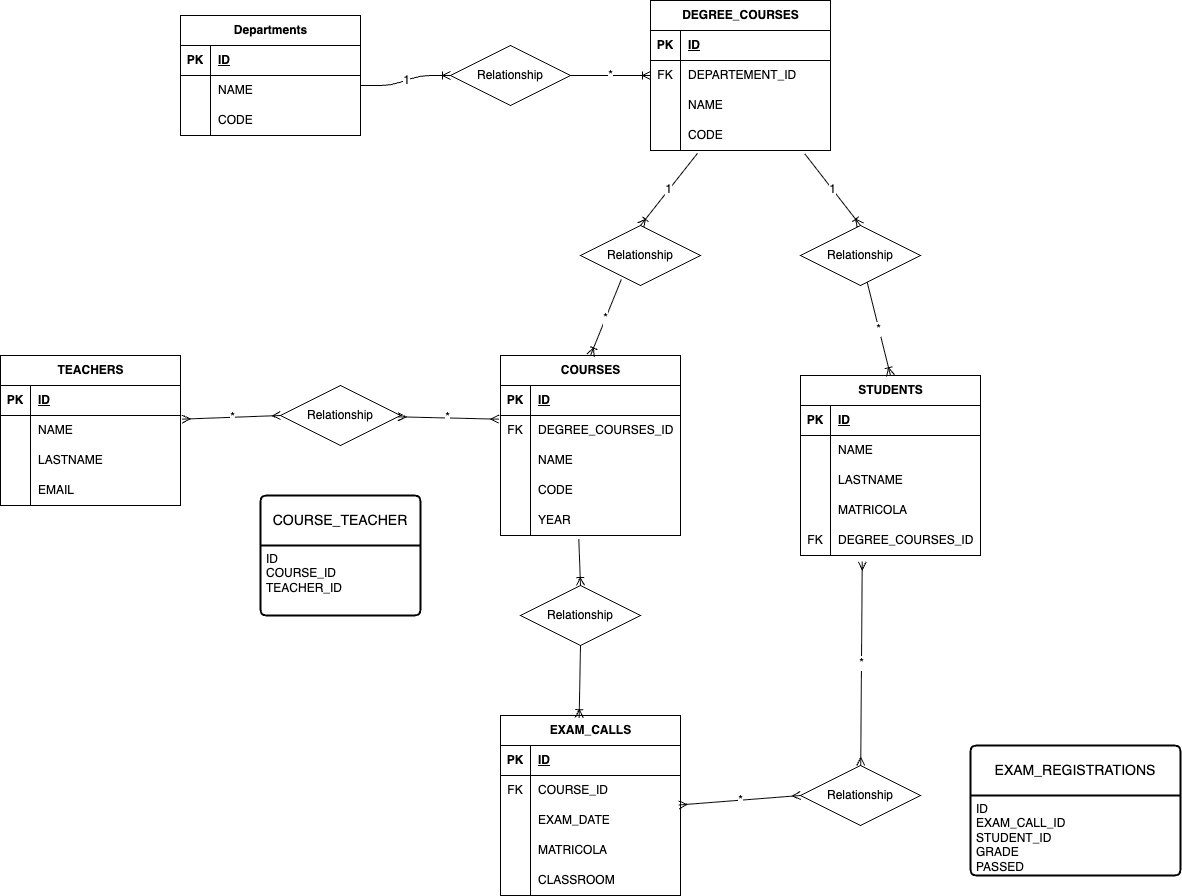
Earlier version of the draw.io export scheme.png (FedericoCanale/db-university). Source tidied: cells renumbered, new cells last; positions are measured from the earlier drawing's top-left corner, leaving out a move shared by most shapes.
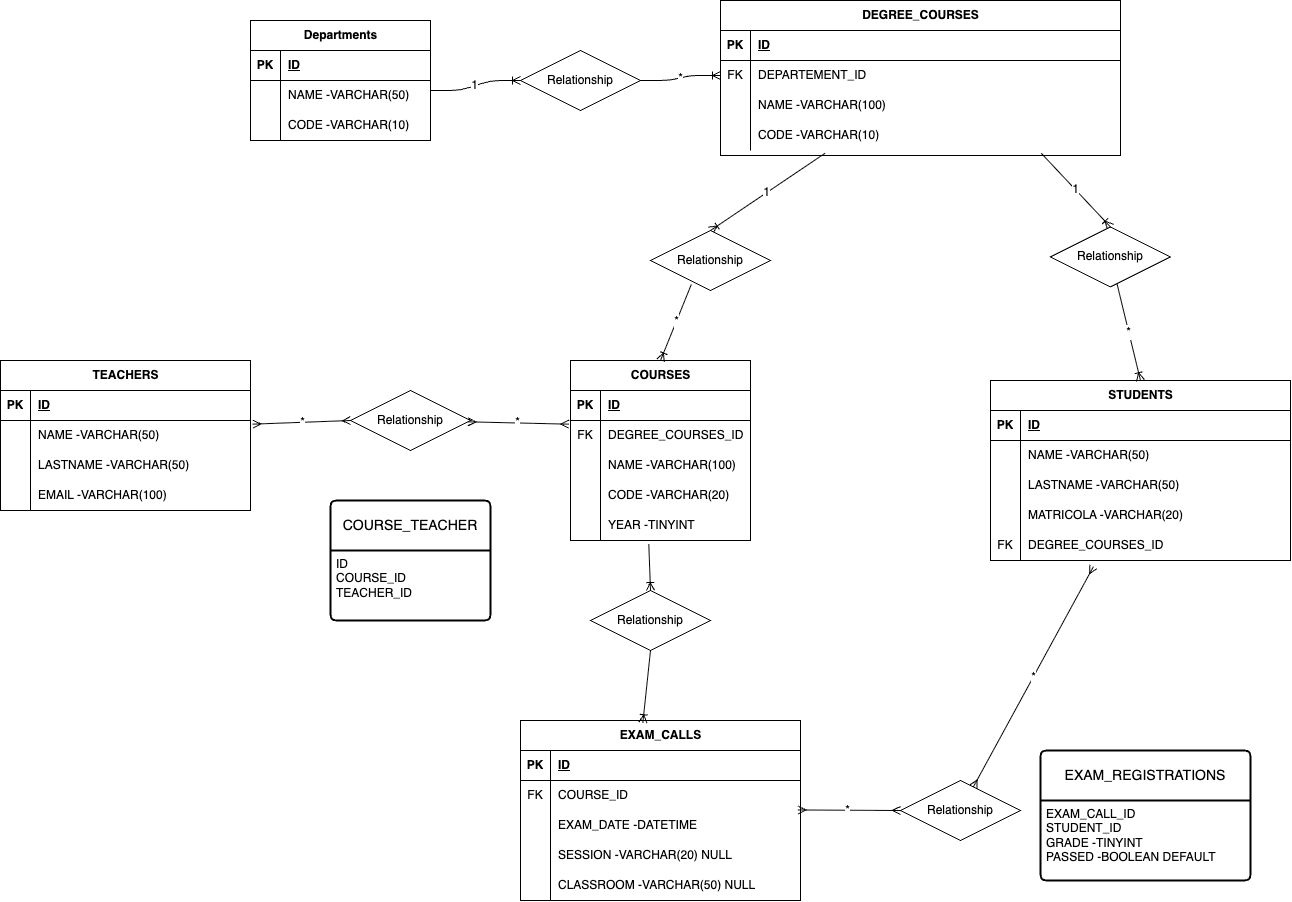
Later version of the same file.

Commit message:
add some corrections to diagram

Change to the diagram source:
```diff
@@ -22,3 +22,3 @@
     </mxCell>
-    <mxCell id="8" value="NAME" style="shape=partialRectangle;fillColor=none;top=0;left=0;bottom=0;right=0;align=left;spacingLeft=6;overflow=hidden;whiteSpace=wrap;html=1;" parent="6" vertex="1">
+    <mxCell id="8" value="NAME -VARCHAR(50)" style="shape=partialRectangle;fillColor=none;top=0;left=0;bottom=0;right=0;align=left;spacingLeft=6;overflow=hidden;whiteSpace=wrap;html=1;" parent="6" vertex="1">
       <mxGeometry x="30" width="150" height="30" as="geometry" />
@@ -31,3 +31,3 @@
     </mxCell>
-    <mxCell id="11" value="CODE" style="shape=partialRectangle;fillColor=none;top=0;left=0;bottom=0;right=0;align=left;spacingLeft=6;overflow=hidden;whiteSpace=wrap;html=1;" parent="9" vertex="1">
+    <mxCell id="11" value="CODE -VARCHAR(10)" style="shape=partialRectangle;fillColor=none;top=0;left=0;bottom=0;right=0;align=left;spacingLeft=6;overflow=hidden;whiteSpace=wrap;html=1;" parent="9" vertex="1">
       <mxGeometry x="30" width="150" height="30" as="geometry" />
@@ -35,6 +35,6 @@
     <mxCell id="12" value="DEGREE_COURSES" style="shape=table;startSize=30;rowLines=0;fontStyle=1;align=center;html=1;" parent="1" vertex="1">
-      <mxGeometry x="650" width="180" height="150" as="geometry" />
+      <mxGeometry x="650" y="-5" width="400" height="155" as="geometry" />
     </mxCell>
     <mxCell id="13" style="shape=tableRow;horizontal=0;startSize=0;swimlaneHead=0;swimlaneBody=0;fillColor=none;top=0;left=0;right=0;bottom=1;" parent="12" vertex="1">
-      <mxGeometry y="30" width="180" height="30" as="geometry" />
+      <mxGeometry y="30" width="400" height="30" as="geometry" />
     </mxCell>
@@ -44,6 +44,6 @@
     <mxCell id="15" value="ID" style="shape=partialRectangle;fillColor=none;top=0;left=0;bottom=0;right=0;align=left;spacingLeft=6;fontStyle=5;overflow=hidden;whiteSpace=wrap;html=1;" parent="13" vertex="1">
-      <mxGeometry x="30" width="150" height="30" as="geometry" />
+      <mxGeometry x="30" width="370" height="30" as="geometry" />
     </mxCell>
     <mxCell id="16" style="shape=tableRow;horizontal=0;startSize=0;swimlaneHead=0;swimlaneBody=0;fillColor=none;points=[[0,0.5],[1,0.5]];portConstraint=eastwest;top=0;left=0;right=0;bottom=0;" parent="12" vertex="1">
-      <mxGeometry y="60" width="180" height="30" as="geometry" />
+      <mxGeometry y="60" width="400" height="30" as="geometry" />
     </mxCell>
@@ -53,6 +53,6 @@
     <mxCell id="18" value="DEPARTEMENT_ID" style="shape=partialRectangle;fillColor=none;top=0;left=0;bottom=0;right=0;align=left;spacingLeft=6;overflow=hidden;whiteSpace=wrap;html=1;" parent="16" vertex="1">
-      <mxGeometry x="30" width="150" height="30" as="geometry" />
+      <mxGeometry x="30" width="370" height="30" as="geometry" />
     </mxCell>
     <mxCell id="19" style="shape=tableRow;horizontal=0;startSize=0;swimlaneHead=0;swimlaneBody=0;fillColor=none;top=0;left=0;right=0;bottom=0;" parent="12" vertex="1">
-      <mxGeometry y="90" width="180" height="30" as="geometry" />
+      <mxGeometry y="90" width="400" height="30" as="geometry" />
     </mxCell>
@@ -61,7 +61,7 @@
     </mxCell>
-    <mxCell id="21" value="NAME" style="shape=partialRectangle;fillColor=none;top=0;left=0;bottom=0;right=0;align=left;spacingLeft=6;overflow=hidden;whiteSpace=wrap;html=1;" parent="19" vertex="1">
-      <mxGeometry x="30" width="150" height="30" as="geometry" />
+    <mxCell id="21" value="NAME -VARCHAR(100)" style="shape=partialRectangle;fillColor=none;top=0;left=0;bottom=0;right=0;align=left;spacingLeft=6;overflow=hidden;whiteSpace=wrap;html=1;" parent="19" vertex="1">
+      <mxGeometry x="30" width="370" height="30" as="geometry" />
     </mxCell>
     <mxCell id="22" style="shape=tableRow;horizontal=0;startSize=0;swimlaneHead=0;swimlaneBody=0;fillColor=none;points=[[0,0.5],[1,0.5]];portConstraint=eastwest;top=0;left=0;right=0;bottom=0;" parent="12" vertex="1">
-      <mxGeometry y="120" width="180" height="30" as="geometry" />
+      <mxGeometry y="120" width="400" height="30" as="geometry" />
     </mxCell>
@@ -70,4 +70,4 @@
     </mxCell>
-    <mxCell id="24" value="CODE" style="shape=partialRectangle;fillColor=none;top=0;left=0;bottom=0;right=0;align=left;spacingLeft=6;overflow=hidden;whiteSpace=wrap;html=1;" parent="22" vertex="1">
-      <mxGeometry x="30" width="150" height="30" as="geometry" />
+    <mxCell id="24" value="CODE -VARCHAR(10)" style="shape=partialRectangle;fillColor=none;top=0;left=0;bottom=0;right=0;align=left;spacingLeft=6;overflow=hidden;whiteSpace=wrap;html=1;" parent="22" vertex="1">
+      <mxGeometry x="30" width="370" height="30" as="geometry" />
     </mxCell>
@@ -100,3 +100,3 @@
     </mxCell>
-    <mxCell id="34" value="NAME" style="shape=partialRectangle;fillColor=none;top=0;left=0;bottom=0;right=0;align=left;spacingLeft=6;overflow=hidden;whiteSpace=wrap;html=1;" parent="32" vertex="1">
+    <mxCell id="34" value="NAME -VARCHAR(100)" style="shape=partialRectangle;fillColor=none;top=0;left=0;bottom=0;right=0;align=left;spacingLeft=6;overflow=hidden;whiteSpace=wrap;html=1;" parent="32" vertex="1">
       <mxGeometry x="30" width="150" height="30" as="geometry" />
@@ -109,3 +109,3 @@
     </mxCell>
-    <mxCell id="37" value="CODE" style="shape=partialRectangle;fillColor=none;top=0;left=0;bottom=0;right=0;align=left;spacingLeft=6;overflow=hidden;whiteSpace=wrap;html=1;" parent="35" vertex="1">
+    <mxCell id="37" value="CODE -VARCHAR(20)" style="shape=partialRectangle;fillColor=none;top=0;left=0;bottom=0;right=0;align=left;spacingLeft=6;overflow=hidden;whiteSpace=wrap;html=1;" parent="35" vertex="1">
       <mxGeometry x="30" width="150" height="30" as="geometry" />
@@ -118,3 +118,3 @@
     </mxCell>
-    <mxCell id="40" value="YEAR" style="shape=partialRectangle;fillColor=none;top=0;left=0;bottom=0;right=0;align=left;spacingLeft=6;overflow=hidden;whiteSpace=wrap;html=1;" parent="38" vertex="1">
+    <mxCell id="40" value="YEAR -TINYINT" style="shape=partialRectangle;fillColor=none;top=0;left=0;bottom=0;right=0;align=left;spacingLeft=6;overflow=hidden;whiteSpace=wrap;html=1;" parent="38" vertex="1">
       <mxGeometry x="30" width="150" height="30" as="geometry" />
@@ -122,6 +122,6 @@
     <mxCell id="41" value="TEACHERS" style="shape=table;startSize=30;rowLines=0;fontStyle=1;align=center;html=1;" parent="1" vertex="1">
-      <mxGeometry y="355" width="180" height="150" as="geometry" />
+      <mxGeometry x="-70" y="355" width="250" height="150" as="geometry" />
     </mxCell>
     <mxCell id="42" style="shape=tableRow;horizontal=0;startSize=0;swimlaneHead=0;swimlaneBody=0;fillColor=none;top=0;left=0;right=0;bottom=1;" parent="41" vertex="1">
-      <mxGeometry y="30" width="180" height="30" as="geometry" />
+      <mxGeometry y="30" width="250" height="30" as="geometry" />
     </mxCell>
@@ -131,6 +131,6 @@
     <mxCell id="44" value="ID" style="shape=partialRectangle;fillColor=none;top=0;left=0;bottom=0;right=0;align=left;spacingLeft=6;fontStyle=5;overflow=hidden;whiteSpace=wrap;html=1;" parent="42" vertex="1">
-      <mxGeometry x="30" width="150" height="30" as="geometry" />
+      <mxGeometry x="30" width="220" height="30" as="geometry" />
     </mxCell>
     <mxCell id="45" style="shape=tableRow;horizontal=0;startSize=0;swimlaneHead=0;swimlaneBody=0;fillColor=none;points=[[0,0.5],[1,0.5]];portConstraint=eastwest;top=0;left=0;right=0;bottom=0;" parent="41" vertex="1">
-      <mxGeometry y="60" width="180" height="30" as="geometry" />
+      <mxGeometry y="60" width="250" height="30" as="geometry" />
     </mxCell>
@@ -139,7 +139,7 @@
     </mxCell>
-    <mxCell id="47" value="NAME" style="shape=partialRectangle;fillColor=none;top=0;left=0;bottom=0;right=0;align=left;spacingLeft=6;overflow=hidden;whiteSpace=wrap;html=1;" parent="45" vertex="1">
-      <mxGeometry x="30" width="150" height="30" as="geometry" />
+    <mxCell id="47" value="NAME -VARCHAR(50)" style="shape=partialRectangle;fillColor=none;top=0;left=0;bottom=0;right=0;align=left;spacingLeft=6;overflow=hidden;whiteSpace=wrap;html=1;" parent="45" vertex="1">
+      <mxGeometry x="30" width="220" height="30" as="geometry" />
     </mxCell>
     <mxCell id="48" style="shape=tableRow;horizontal=0;startSize=0;swimlaneHead=0;swimlaneBody=0;fillColor=none;top=0;left=0;right=0;bottom=0;" parent="41" vertex="1">
-      <mxGeometry y="90" width="180" height="30" as="geometry" />
+      <mxGeometry y="90" width="250" height="30" as="geometry" />
     </mxCell>
@@ -148,7 +148,7 @@
     </mxCell>
-    <mxCell id="50" value="LASTNAME" style="shape=partialRectangle;fillColor=none;top=0;left=0;bottom=0;right=0;align=left;spacingLeft=6;overflow=hidden;whiteSpace=wrap;html=1;" parent="48" vertex="1">
-      <mxGeometry x="30" width="150" height="30" as="geometry" />
+    <mxCell id="50" value="LASTNAME -VARCHAR(50)" style="shape=partialRectangle;fillColor=none;top=0;left=0;bottom=0;right=0;align=left;spacingLeft=6;overflow=hidden;whiteSpace=wrap;html=1;" parent="48" vertex="1">
+      <mxGeometry x="30" width="220" height="30" as="geometry" />
     </mxCell>
     <mxCell id="51" style="shape=tableRow;horizontal=0;startSize=0;swimlaneHead=0;swimlaneBody=0;fillColor=none;top=0;left=0;right=0;bottom=0;" parent="41" vertex="1">
-      <mxGeometry y="120" width="180" height="30" as="geometry" />
+      <mxGeometry y="120" width="250" height="30" as="geometry" />
     </mxCell>
@@ -157,10 +157,10 @@
     </mxCell>
-    <mxCell id="53" value="EMAIL" style="shape=partialRectangle;fillColor=none;top=0;left=0;bottom=0;right=0;align=left;spacingLeft=6;overflow=hidden;whiteSpace=wrap;html=1;" parent="51" vertex="1">
-      <mxGeometry x="30" width="150" height="30" as="geometry" />
+    <mxCell id="53" value="EMAIL -VARCHAR(100)" style="shape=partialRectangle;fillColor=none;top=0;left=0;bottom=0;right=0;align=left;spacingLeft=6;overflow=hidden;whiteSpace=wrap;html=1;" parent="51" vertex="1">
+      <mxGeometry x="30" width="220" height="30" as="geometry" />
     </mxCell>
     <mxCell id="54" value="STUDENTS" style="shape=table;startSize=30;rowLines=0;fontStyle=1;align=center;html=1;" parent="1" vertex="1">
-      <mxGeometry x="800" y="375" width="180" height="180" as="geometry" />
+      <mxGeometry x="920" y="375" width="300" height="180" as="geometry" />
     </mxCell>
     <mxCell id="55" style="shape=tableRow;horizontal=0;startSize=0;swimlaneHead=0;swimlaneBody=0;fillColor=none;top=0;left=0;right=0;bottom=1;" parent="54" vertex="1">
-      <mxGeometry y="30" width="180" height="30" as="geometry" />
+      <mxGeometry y="30" width="300" height="30" as="geometry" />
     </mxCell>
@@ -170,6 +170,6 @@
     <mxCell id="57" value="ID" style="shape=partialRectangle;fillColor=none;top=0;left=0;bottom=0;right=0;align=left;spacingLeft=6;fontStyle=5;overflow=hidden;whiteSpace=wrap;html=1;" parent="55" vertex="1">
-      <mxGeometry x="30" width="150" height="30" as="geometry" />
+      <mxGeometry x="30" width="270" height="30" as="geometry" />
     </mxCell>
     <mxCell id="58" style="shape=tableRow;horizontal=0;startSize=0;swimlaneHead=0;swimlaneBody=0;fillColor=none;top=0;left=0;right=0;bottom=0;" parent="54" vertex="1">
-      <mxGeometry y="60" width="180" height="30" as="geometry" />
+      <mxGeometry y="60" width="300" height="30" as="geometry" />
     </mxCell>
@@ -178,7 +178,7 @@
     </mxCell>
-    <mxCell id="60" value="NAME" style="shape=partialRectangle;fillColor=none;top=0;left=0;bottom=0;right=0;align=left;spacingLeft=6;overflow=hidden;whiteSpace=wrap;html=1;" parent="58" vertex="1">
-      <mxGeometry x="30" width="150" height="30" as="geometry" />
+    <mxCell id="60" value="NAME -VARCHAR(50)" style="shape=partialRectangle;fillColor=none;top=0;left=0;bottom=0;right=0;align=left;spacingLeft=6;overflow=hidden;whiteSpace=wrap;html=1;" parent="58" vertex="1">
+      <mxGeometry x="30" width="270" height="30" as="geometry" />
     </mxCell>
     <mxCell id="61" style="shape=tableRow;horizontal=0;startSize=0;swimlaneHead=0;swimlaneBody=0;fillColor=none;top=0;left=0;right=0;bottom=0;" parent="54" vertex="1">
-      <mxGeometry y="90" width="180" height="30" as="geometry" />
+      <mxGeometry y="90" width="300" height="30" as="geometry" />
     </mxCell>
@@ -187,7 +187,7 @@
     </mxCell>
-    <mxCell id="63" value="LASTNAME" style="shape=partialRectangle;fillColor=none;top=0;left=0;bottom=0;right=0;align=left;spacingLeft=6;overflow=hidden;whiteSpace=wrap;html=1;" parent="61" vertex="1">
-      <mxGeometry x="30" width="150" height="30" as="geometry" />
+    <mxCell id="63" value="LASTNAME -VARCHAR(50)" style="shape=partialRectangle;fillColor=none;top=0;left=0;bottom=0;right=0;align=left;spacingLeft=6;overflow=hidden;whiteSpace=wrap;html=1;" parent="61" vertex="1">
+      <mxGeometry x="30" width="270" height="30" as="geometry" />
     </mxCell>
     <mxCell id="64" style="shape=tableRow;horizontal=0;startSize=0;swimlaneHead=0;swimlaneBody=0;fillColor=none;top=0;left=0;right=0;bottom=0;" parent="54" vertex="1">
-      <mxGeometry y="120" width="180" height="30" as="geometry" />
+      <mxGeometry y="120" width="300" height="30" as="geometry" />
     </mxCell>
@@ -196,7 +196,7 @@
     </mxCell>
-    <mxCell id="66" value="MATRICOLA" style="shape=partialRectangle;fillColor=none;top=0;left=0;bottom=0;right=0;align=left;spacingLeft=6;overflow=hidden;whiteSpace=wrap;html=1;" parent="64" vertex="1">
-      <mxGeometry x="30" width="150" height="30" as="geometry" />
+    <mxCell id="66" value="MATRICOLA -VARCHAR(20)" style="shape=partialRectangle;fillColor=none;top=0;left=0;bottom=0;right=0;align=left;spacingLeft=6;overflow=hidden;whiteSpace=wrap;html=1;" parent="64" vertex="1">
+      <mxGeometry x="30" width="270" height="30" as="geometry" />
     </mxCell>
     <mxCell id="67" style="shape=tableRow;horizontal=0;startSize=0;swimlaneHead=0;swimlaneBody=0;fillColor=none;points=[[0,0.5],[1,0.5]];portConstraint=eastwest;top=0;left=0;right=0;bottom=0;" parent="54" vertex="1">
-      <mxGeometry y="150" width="180" height="30" as="geometry" />
+      <mxGeometry y="150" width="300" height="30" as="geometry" />
     </mxCell>
@@ -206,9 +206,9 @@
     <mxCell id="69" value="DEGREE_COURSES_ID" style="shape=partialRectangle;fillColor=none;top=0;left=0;bottom=0;right=0;align=left;spacingLeft=6;overflow=hidden;whiteSpace=wrap;html=1;" parent="67" vertex="1">
-      <mxGeometry x="30" width="150" height="30" as="geometry" />
+      <mxGeometry x="30" width="270" height="30" as="geometry" />
     </mxCell>
     <mxCell id="70" value="EXAM_CALLS" style="shape=table;startSize=30;rowLines=0;fontStyle=1;align=center;html=1;" parent="1" vertex="1">
-      <mxGeometry x="500" y="715" width="180" height="180" as="geometry" />
+      <mxGeometry x="450" y="715" width="280" height="180" as="geometry" />
     </mxCell>
     <mxCell id="71" style="shape=tableRow;horizontal=0;startSize=0;swimlaneHead=0;swimlaneBody=0;fillColor=none;top=0;left=0;right=0;bottom=1;" parent="70" vertex="1">
-      <mxGeometry y="30" width="180" height="30" as="geometry" />
+      <mxGeometry y="30" width="280" height="30" as="geometry" />
     </mxCell>
@@ -218,6 +218,6 @@
     <mxCell id="73" value="ID" style="shape=partialRectangle;fillColor=none;top=0;left=0;bottom=0;right=0;align=left;spacingLeft=6;fontStyle=5;overflow=hidden;whiteSpace=wrap;html=1;" parent="71" vertex="1">
-      <mxGeometry x="30" width="150" height="30" as="geometry" />
+      <mxGeometry x="30" width="250" height="30" as="geometry" />
     </mxCell>
     <mxCell id="74" style="shape=tableRow;horizontal=0;startSize=0;swimlaneHead=0;swimlaneBody=0;fillColor=none;top=0;left=0;right=0;bottom=0;" parent="70" vertex="1">
-      <mxGeometry y="60" width="180" height="30" as="geometry" />
+      <mxGeometry y="60" width="280" height="30" as="geometry" />
     </mxCell>
@@ -227,6 +227,6 @@
     <mxCell id="76" value="COURSE_ID" style="shape=partialRectangle;fillColor=none;top=0;left=0;bottom=0;right=0;align=left;spacingLeft=6;overflow=hidden;whiteSpace=wrap;html=1;" parent="74" vertex="1">
-      <mxGeometry x="30" width="150" height="30" as="geometry" />
+      <mxGeometry x="30" width="250" height="30" as="geometry" />
     </mxCell>
     <mxCell id="77" style="shape=tableRow;horizontal=0;startSize=0;swimlaneHead=0;swimlaneBody=0;fillColor=none;points=[[0,0.5],[1,0.5]];portConstraint=eastwest;top=0;left=0;right=0;bottom=0;" parent="70" vertex="1">
-      <mxGeometry y="90" width="180" height="30" as="geometry" />
+      <mxGeometry y="90" width="280" height="30" as="geometry" />
     </mxCell>
@@ -235,7 +235,7 @@
     </mxCell>
-    <mxCell id="79" value="EXAM_DATE" style="shape=partialRectangle;fillColor=none;top=0;left=0;bottom=0;right=0;align=left;spacingLeft=6;overflow=hidden;whiteSpace=wrap;html=1;" parent="77" vertex="1">
-      <mxGeometry x="30" width="150" height="30" as="geometry" />
+    <mxCell id="79" value="EXAM_DATE -DATETIME" style="shape=partialRectangle;fillColor=none;top=0;left=0;bottom=0;right=0;align=left;spacingLeft=6;overflow=hidden;whiteSpace=wrap;html=1;" parent="77" vertex="1">
+      <mxGeometry x="30" width="250" height="30" as="geometry" />
     </mxCell>
     <mxCell id="80" style="shape=tableRow;horizontal=0;startSize=0;swimlaneHead=0;swimlaneBody=0;fillColor=none;top=0;left=0;right=0;bottom=0;" parent="70" vertex="1">
-      <mxGeometry y="120" width="180" height="30" as="geometry" />
+      <mxGeometry y="120" width="280" height="30" as="geometry" />
     </mxCell>
@@ -244,7 +244,7 @@
     </mxCell>
-    <mxCell id="82" value="MATRICOLA" style="shape=partialRectangle;fillColor=none;top=0;left=0;bottom=0;right=0;align=left;spacingLeft=6;overflow=hidden;whiteSpace=wrap;html=1;" parent="80" vertex="1">
-      <mxGeometry x="30" width="150" height="30" as="geometry" />
+    <mxCell id="82" value="SESSION -VARCHAR(20) NULL" style="shape=partialRectangle;fillColor=none;top=0;left=0;bottom=0;right=0;align=left;spacingLeft=6;overflow=hidden;whiteSpace=wrap;html=1;" parent="80" vertex="1">
+      <mxGeometry x="30" width="250" height="30" as="geometry" />
     </mxCell>
     <mxCell id="83" style="shape=tableRow;horizontal=0;startSize=0;swimlaneHead=0;swimlaneBody=0;fillColor=none;top=0;left=0;right=0;bottom=0;" parent="70" vertex="1">
-      <mxGeometry y="150" width="180" height="30" as="geometry" />
+      <mxGeometry y="150" width="280" height="30" as="geometry" />
     </mxCell>
@@ -253,4 +253,4 @@
     </mxCell>
-    <mxCell id="85" value="CLASSROOM" style="shape=partialRectangle;fillColor=none;top=0;left=0;bottom=0;right=0;align=left;spacingLeft=6;overflow=hidden;whiteSpace=wrap;html=1;" parent="83" vertex="1">
-      <mxGeometry x="30" width="150" height="30" as="geometry" />
+    <mxCell id="85" value="CLASSROOM -VARCHAR(50) NULL" style="shape=partialRectangle;fillColor=none;top=0;left=0;bottom=0;right=0;align=left;spacingLeft=6;overflow=hidden;whiteSpace=wrap;html=1;" parent="83" vertex="1">
+      <mxGeometry x="30" width="250" height="30" as="geometry" />
     </mxCell>
@@ -279,3 +279,3 @@
     </mxCell>
-    <mxCell id="93" value="1" style="fontSize=12;html=1;endArrow=ERoneToMany;exitX=0.858;exitY=1.117;exitDx=0;exitDy=0;exitPerimeter=0;entryX=0.5;entryY=0;entryDx=0;entryDy=0;" parent="1" edge="1" source="22" target="94">
+    <mxCell id="93" value="1" style="fontSize=12;html=1;endArrow=ERoneToMany;entryX=0.5;entryY=0;entryDx=0;entryDy=0;exitX=0.802;exitY=1.093;exitDx=0;exitDy=0;exitPerimeter=0;" parent="1" edge="1" source="22" target="94">
       <mxGeometry relative="1" as="geometry" />
@@ -283,3 +283,3 @@
     <mxCell id="94" value="Relationship" style="shape=rhombus;perimeter=rhombusPerimeter;whiteSpace=wrap;html=1;align=center;" parent="1" vertex="1">
-      <mxGeometry x="800" y="225" width="120" height="60" as="geometry" />
+      <mxGeometry x="980" y="221.5" width="120" height="60" as="geometry" />
     </mxCell>
@@ -316,3 +316,3 @@
     <mxCell id="105" value="Relationship" style="shape=rhombus;perimeter=rhombusPerimeter;whiteSpace=wrap;html=1;align=center;" parent="1" vertex="1">
-      <mxGeometry x="800" y="765" width="120" height="60" as="geometry" />
+      <mxGeometry x="830" y="775" width="120" height="60" as="geometry" />
     </mxCell>
@@ -321,3 +321,3 @@
     </mxCell>
-    <mxCell id="107" value="&lt;div&gt;ID&lt;/div&gt;EXAM_CALL_ID&lt;br&gt;STUDENT_ID&lt;div&gt;GRADE&lt;/div&gt;&lt;div&gt;PASSED&lt;/div&gt;" style="align=left;strokeColor=none;fillColor=none;spacingLeft=4;fontSize=12;verticalAlign=top;html=1;" parent="106" vertex="1">
+    <mxCell id="107" value="&lt;div&gt;&lt;span style=&quot;background-color: transparent;&quot;&gt;EXAM_CALL_ID&lt;/span&gt;&lt;/div&gt;STUDENT_ID&lt;div&gt;GRADE -TINYINT&lt;/div&gt;&lt;div&gt;PASSED -BOOLEAN DEFAULT&amp;nbsp;&lt;/div&gt;" style="align=left;strokeColor=none;fillColor=none;spacingLeft=4;fontSize=12;verticalAlign=top;html=1;" parent="106" vertex="1">
       <mxGeometry y="50" width="210" height="80" as="geometry" />
```
